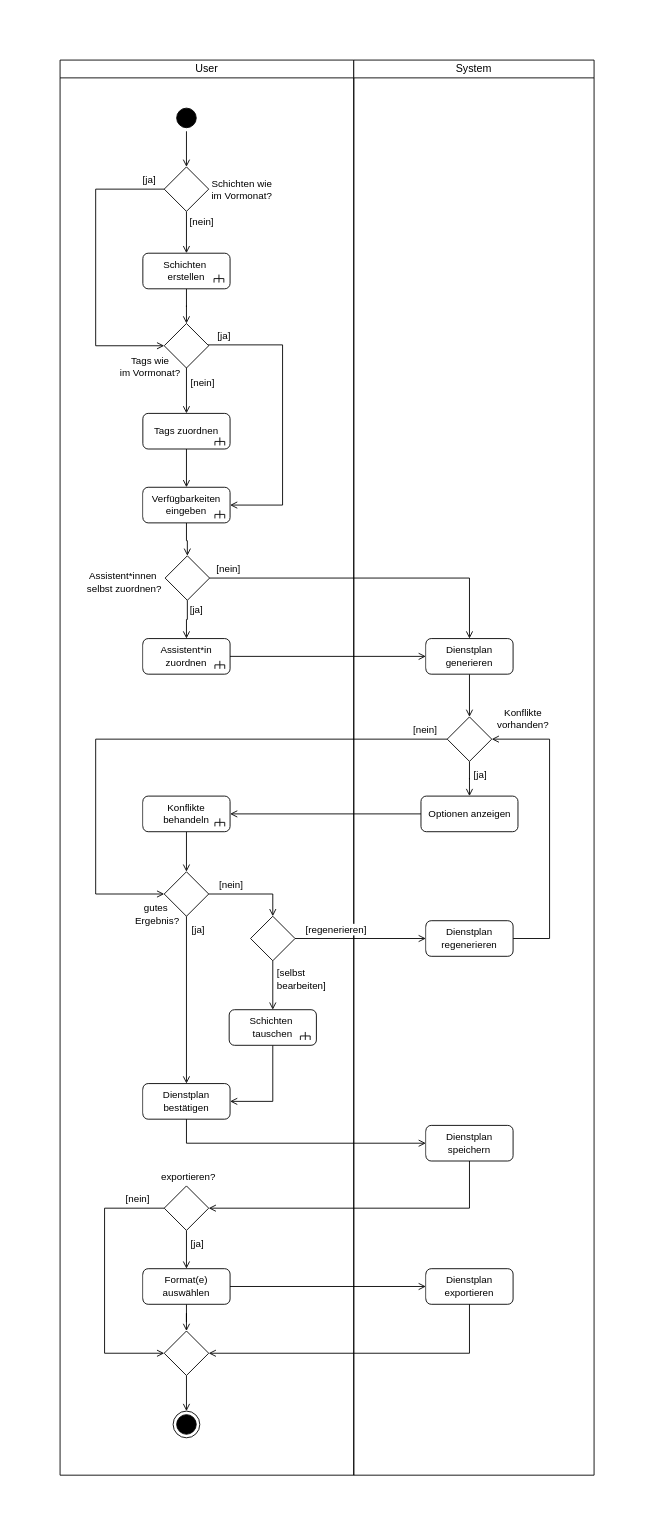
The draw.io diagram 4_Entwurf/4_UML/4_UML_Aktivitätsdiagramme/draw.io/ad_DienstplanErstellen.drawio in annikalenneper/praxisprojekt_mi_bachelor_SoSe24, before the edit. Source tidied: cells renumbered, new cells numbered last; positions are measured from the earlier drawing's top-left corner, leaving out a move shared by most shapes. Both pictures are drawn from the tidied source at 89%, with x=0, y=0 at pixel (60, 60).
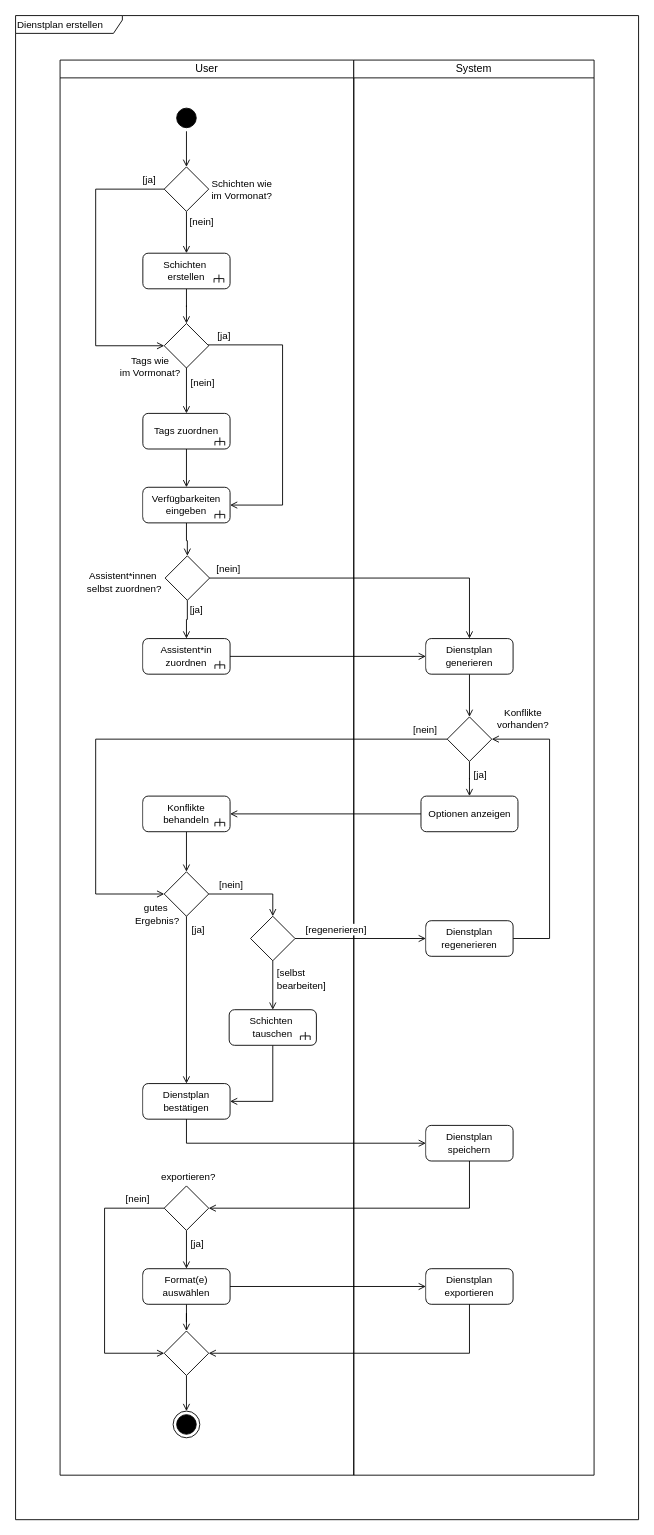
The same page after the edit.

Commit message:
added frame to ad "create work schedule"

The edit, as a diff of the source:
```diff
@@
+    <mxCell id="89" value="Dienstplan erstellen" style="shape=umlFrame;whiteSpace=wrap;html=1;fontFamily=Helvetica;fontSize=11;fontColor=default;labelBackgroundColor=default;width=120;height=20;align=left;" parent="1" vertex="1">
+      <mxGeometry x="-50" y="-50" width="700" height="1690" as="geometry" />
+    </mxCell>
```
